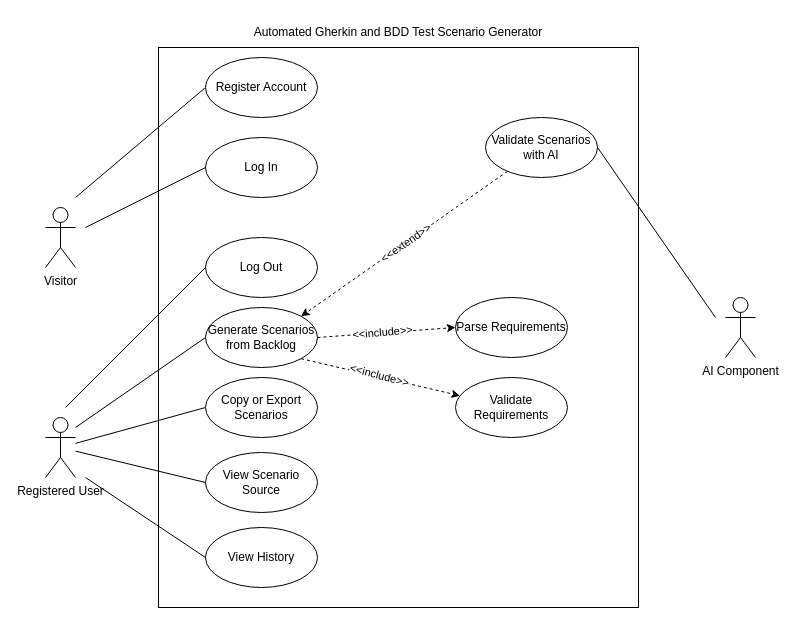
This is Diyagramlar/Use Case Diagram/Use Case Diagram.drawio from umutakkman/introduction-to-ooad-docs, a draw.io file, before an edit. Source tidied: cells renumbered, new cells numbered last; positions are measured from the earlier drawing's top-left corner, leaving out a move shared by most shapes. Both pictures are drawn from the tidied source at 100%, with x=0, y=0 at pixel (45, 17).
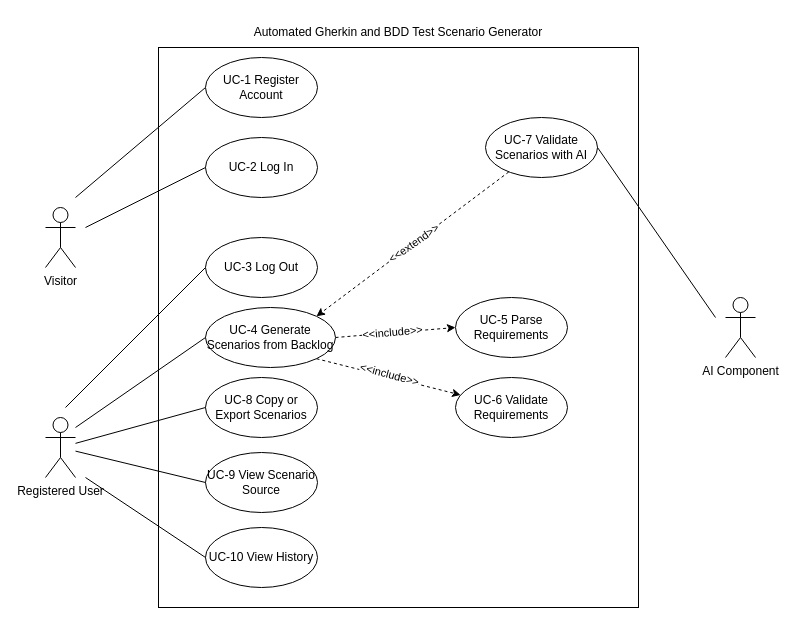
The same diagram, later.

Unchanged cells that the change refers to:
```xml
<mxCell id="6" value="Registered User" style="shape=umlActor;verticalLabelPosition=bottom;verticalAlign=top;html=1;outlineConnect=0;labelPerimeter=1;" parent="1" vertex="1">
  <mxGeometry y="400" width="30" height="60" as="geometry" />
</mxCell>
```

Diff of the diagram source:
```diff
@@
-    <mxCell id="4" style="rounded=0;jettySize=auto;html=1;entryX=0;entryY=0.5;entryDx=0;entryDy=0;defaultLabelBackgroundColor=page;strokeColor=default;endArrow=none;endFill=0;" parent="1" edge="1" target="8">
-      <mxGeometry relative="1" as="geometry">
-        <mxPoint x="30" y="180" as="sourcePoint" />
-      </mxGeometry>
-    </mxCell>
+    <mxCell id="31" style="rounded=0;jettySize=auto;html=1;entryX=0;entryY=0.5;entryDx=0;entryDy=0;defaultLabelBackgroundColor=page;strokeColor=default;endArrow=none;endFill=0;" parent="1" edge="1" target="32">
+      <mxGeometry relative="1" as="geometry">
+        <mxPoint x="30" y="180" as="sourcePoint" />
+      </mxGeometry>
+    </mxCell>
@@
-    <mxCell id="8" value="Register Account" style="ellipse;whiteSpace=wrap;html=1;shapeInside=1;" parent="1" vertex="1">
-      <mxGeometry x="160" y="40" width="112" height="60" as="geometry" />
-    </mxCell>
-    <mxCell id="9" value="Log In" style="ellipse;whiteSpace=wrap;html=1;shapeInside=1;" parent="1" vertex="1">
-      <mxGeometry x="160" y="120" width="112" height="60" as="geometry" />
-    </mxCell>
-    <mxCell id="10" style="rounded=0;jettySize=auto;html=1;entryX=0;entryY=0.5;entryDx=0;entryDy=0;defaultLabelBackgroundColor=page;strokeColor=default;endArrow=none;endFill=0;" parent="1" edge="1" target="9">
-      <mxGeometry relative="1" as="geometry">
-        <mxPoint x="40" y="210" as="sourcePoint" />
-      </mxGeometry>
-    </mxCell>
-    <mxCell id="11" value="Log Out" style="ellipse;whiteSpace=wrap;html=1;shapeInside=1;" parent="1" vertex="1">
-      <mxGeometry x="160" y="220" width="112" height="60" as="geometry" />
-    </mxCell>
-    <mxCell id="12" style="rounded=0;jettySize=auto;html=1;exitX=1;exitY=0.5;exitDx=0;exitDy=0;entryX=0;entryY=0.5;entryDx=0;entryDy=0;defaultLabelBackgroundColor=page;dashed=1;" parent="1" edge="1" source="14" target="17">
-      <mxGeometry relative="1" as="geometry" />
-    </mxCell>
+    <mxCell id="32" value="UC-1 Register Account" style="ellipse;whiteSpace=wrap;html=1;shapeInside=1;" parent="1" vertex="1">
+      <mxGeometry x="160" y="40" width="112" height="60" as="geometry" />
+    </mxCell>
+    <mxCell id="33" value="UC-2 Log In" style="ellipse;whiteSpace=wrap;html=1;shapeInside=1;" parent="1" vertex="1">
+      <mxGeometry x="160" y="120" width="112" height="60" as="geometry" />
+    </mxCell>
+    <mxCell id="34" style="rounded=0;jettySize=auto;html=1;entryX=0;entryY=0.5;entryDx=0;entryDy=0;defaultLabelBackgroundColor=page;strokeColor=default;endArrow=none;endFill=0;" parent="1" edge="1" target="33">
+      <mxGeometry relative="1" as="geometry">
+        <mxPoint x="40" y="210" as="sourcePoint" />
+      </mxGeometry>
+    </mxCell>
+    <mxCell id="35" value="UC-3 Log Out" style="ellipse;whiteSpace=wrap;html=1;shapeInside=1;" parent="1" vertex="1">
+      <mxGeometry x="160" y="220" width="112" height="60" as="geometry" />
+    </mxCell>
+    <mxCell id="36" style="rounded=0;jettySize=auto;html=1;exitX=1;exitY=0.5;exitDx=0;exitDy=0;entryX=0;entryY=0.5;entryDx=0;entryDy=0;defaultLabelBackgroundColor=page;dashed=1;" parent="1" edge="1" source="37" target="40">
+      <mxGeometry relative="1" as="geometry" />
+    </mxCell>
-    <mxCell id="13" value="&amp;lt;&amp;lt;include&amp;gt;&amp;gt;" style="edgeLabel;html=1;align=center;verticalAlign=middle;inheritText=1;defaultLabelBackgroundColor=page;rotation=-5;" parent="12" vertex="1">
+    <mxCell id="13" value="&amp;lt;&amp;lt;include&amp;gt;&amp;gt;" style="edgeLabel;html=1;align=center;verticalAlign=middle;inheritText=1;defaultLabelBackgroundColor=page;rotation=-5;" parent="36" vertex="1">
       <mxGeometry x="-0.07" y="-3" relative="1" as="geometry">
         <mxPoint y="-4" as="offset" />
       </mxGeometry>
     </mxCell>
-    <mxCell id="14" value="Generate Scenarios from Backlog" style="ellipse;whiteSpace=wrap;html=1;shapeInside=1;" parent="1" vertex="1">
-      <mxGeometry x="160" y="290" width="112" height="60" as="geometry" />
-    </mxCell>
-    <mxCell id="15" style="rounded=0;jettySize=auto;html=1;entryX=0;entryY=0.5;entryDx=0;entryDy=0;defaultLabelBackgroundColor=page;strokeColor=default;endArrow=none;endFill=0;" parent="1" edge="1" target="11">
-      <mxGeometry relative="1" as="geometry">
-        <mxPoint x="20" y="390" as="sourcePoint" />
-      </mxGeometry>
-    </mxCell>
-    <mxCell id="16" style="rounded=0;jettySize=auto;html=1;entryX=0;entryY=0.5;entryDx=0;entryDy=0;defaultLabelBackgroundColor=page;strokeColor=default;endArrow=none;endFill=0;" parent="1" edge="1" target="14">
-      <mxGeometry relative="1" as="geometry">
-        <mxPoint x="30" y="410" as="sourcePoint" />
-      </mxGeometry>
-    </mxCell>
-    <mxCell id="17" value="Parse Requirements" style="ellipse;whiteSpace=wrap;html=1;shapeInside=1;" parent="1" vertex="1">
-      <mxGeometry x="410" y="280" width="112" height="60" as="geometry" />
-    </mxCell>
-    <mxCell id="18" value="Validate Requirements" style="ellipse;whiteSpace=wrap;html=1;shapeInside=1;" parent="1" vertex="1">
-      <mxGeometry x="410" y="360" width="112" height="60" as="geometry" />
-    </mxCell>
-    <mxCell id="19" value="Copy or Export Scenarios" style="ellipse;whiteSpace=wrap;html=1;shapeInside=1;" parent="1" vertex="1">
-      <mxGeometry x="160" y="360" width="112" height="60" as="geometry" />
-    </mxCell>
-    <mxCell id="20" style="rounded=0;jettySize=auto;html=1;entryX=0;entryY=0.5;entryDx=0;entryDy=0;defaultLabelBackgroundColor=page;strokeColor=default;endArrow=none;endFill=0;" parent="1" edge="1" source="6" target="19">
-      <mxGeometry relative="1" as="geometry" />
-    </mxCell>
-    <mxCell id="21" value="View Scenario Source" style="ellipse;whiteSpace=wrap;html=1;shapeInside=1;" parent="1" vertex="1">
-      <mxGeometry x="160" y="435" width="112" height="60" as="geometry" />
-    </mxCell>
-    <mxCell id="22" value="View History" style="ellipse;whiteSpace=wrap;html=1;shapeInside=1;" parent="1" vertex="1">
-      <mxGeometry x="160" y="510" width="112" height="60" as="geometry" />
-    </mxCell>
-    <mxCell id="23" style="rounded=0;jettySize=auto;html=1;entryX=1;entryY=0;entryDx=0;entryDy=0;defaultLabelBackgroundColor=page;dashed=1;" parent="1" edge="1" source="25" target="14">
-      <mxGeometry relative="1" as="geometry" />
-    </mxCell>
+    <mxCell id="37" value="UC-4 Generate Scenarios from Backlog" style="ellipse;whiteSpace=wrap;html=1;shapeInside=1;" parent="1" vertex="1">
+      <mxGeometry x="160" y="290" width="130" height="60" as="geometry" />
+    </mxCell>
+    <mxCell id="38" style="rounded=0;jettySize=auto;html=1;entryX=0;entryY=0.5;entryDx=0;entryDy=0;defaultLabelBackgroundColor=page;strokeColor=default;endArrow=none;endFill=0;" parent="1" edge="1" target="35">
+      <mxGeometry relative="1" as="geometry">
+        <mxPoint x="20" y="390" as="sourcePoint" />
+      </mxGeometry>
+    </mxCell>
+    <mxCell id="39" style="rounded=0;jettySize=auto;html=1;entryX=0;entryY=0.5;entryDx=0;entryDy=0;defaultLabelBackgroundColor=page;strokeColor=default;endArrow=none;endFill=0;" parent="1" edge="1" target="37">
+      <mxGeometry relative="1" as="geometry">
+        <mxPoint x="30" y="410" as="sourcePoint" />
+      </mxGeometry>
+    </mxCell>
+    <mxCell id="40" value="UC-5 Parse Requirements" style="ellipse;whiteSpace=wrap;html=1;shapeInside=1;" parent="1" vertex="1">
+      <mxGeometry x="410" y="280" width="112" height="60" as="geometry" />
+    </mxCell>
+    <mxCell id="41" value="UC-6 Validate Requirements" style="ellipse;whiteSpace=wrap;html=1;shapeInside=1;" parent="1" vertex="1">
+      <mxGeometry x="410" y="360" width="112" height="60" as="geometry" />
+    </mxCell>
+    <mxCell id="42" value="UC-8 Copy or Export Scenarios" style="ellipse;whiteSpace=wrap;html=1;shapeInside=1;" parent="1" vertex="1">
+      <mxGeometry x="160" y="360" width="112" height="60" as="geometry" />
+    </mxCell>
+    <mxCell id="43" style="rounded=0;jettySize=auto;html=1;entryX=0;entryY=0.5;entryDx=0;entryDy=0;defaultLabelBackgroundColor=page;strokeColor=default;endArrow=none;endFill=0;" parent="1" edge="1" source="6" target="42">
+      <mxGeometry relative="1" as="geometry" />
+    </mxCell>
+    <mxCell id="44" value="UC-9 View Scenario Source" style="ellipse;whiteSpace=wrap;html=1;shapeInside=1;" parent="1" vertex="1">
+      <mxGeometry x="160" y="435" width="112" height="60" as="geometry" />
+    </mxCell>
+    <mxCell id="45" value="UC-10 View History" style="ellipse;whiteSpace=wrap;html=1;shapeInside=1;" parent="1" vertex="1">
+      <mxGeometry x="160" y="510" width="112" height="60" as="geometry" />
+    </mxCell>
+    <mxCell id="46" style="rounded=0;jettySize=auto;html=1;entryX=1;entryY=0;entryDx=0;entryDy=0;defaultLabelBackgroundColor=page;dashed=1;" parent="1" edge="1" source="47" target="37">
+      <mxGeometry relative="1" as="geometry" />
+    </mxCell>
-    <mxCell id="24" value="&amp;lt;&amp;lt;extend&amp;gt;&amp;gt;" style="edgeLabel;html=1;align=center;verticalAlign=middle;inheritText=1;defaultLabelBackgroundColor=page;rotation=-35;" parent="23" vertex="1">
+    <mxCell id="24" value="&amp;lt;&amp;lt;extend&amp;gt;&amp;gt;" style="edgeLabel;html=1;align=center;verticalAlign=middle;inheritText=1;defaultLabelBackgroundColor=page;rotation=-35;" parent="46" vertex="1">
       <mxGeometry y="-1" relative="1" as="geometry">
         <mxPoint x="1" as="offset" />
       </mxGeometry>
     </mxCell>
-    <mxCell id="25" value="Validate Scenarios with AI" style="ellipse;whiteSpace=wrap;html=1;shapeInside=1;" parent="1" vertex="1">
-      <mxGeometry x="440" y="100" width="112" height="60" as="geometry" />
-    </mxCell>
-    <mxCell id="26" style="rounded=0;jettySize=auto;html=1;entryX=1;entryY=0.5;entryDx=0;entryDy=0;defaultLabelBackgroundColor=page;strokeColor=default;endArrow=none;endFill=0;" parent="1" edge="1" target="25">
-      <mxGeometry relative="1" as="geometry">
-        <mxPoint x="670" y="300" as="sourcePoint" />
-      </mxGeometry>
-    </mxCell>
-    <mxCell id="27" style="rounded=0;jettySize=auto;html=1;exitX=1;exitY=1;exitDx=0;exitDy=0;defaultLabelBackgroundColor=page;dashed=1;" parent="1" edge="1" source="14" target="18">
-      <mxGeometry relative="1" as="geometry" />
-    </mxCell>
+    <mxCell id="47" value="UC-7 Validate Scenarios with AI" style="ellipse;whiteSpace=wrap;html=1;shapeInside=1;" parent="1" vertex="1">
+      <mxGeometry x="440" y="100" width="112" height="60" as="geometry" />
+    </mxCell>
+    <mxCell id="48" style="rounded=0;jettySize=auto;html=1;entryX=1;entryY=0.5;entryDx=0;entryDy=0;defaultLabelBackgroundColor=page;strokeColor=default;endArrow=none;endFill=0;" parent="1" edge="1" target="47">
+      <mxGeometry relative="1" as="geometry">
+        <mxPoint x="670" y="300" as="sourcePoint" />
+      </mxGeometry>
+    </mxCell>
+    <mxCell id="49" style="rounded=0;jettySize=auto;html=1;exitX=1;exitY=1;exitDx=0;exitDy=0;defaultLabelBackgroundColor=page;dashed=1;" parent="1" edge="1" source="37" target="41">
+      <mxGeometry relative="1" as="geometry" />
+    </mxCell>
-    <mxCell id="28" value="&amp;lt;&amp;lt;include&amp;gt;&amp;gt;" style="edgeLabel;html=1;align=center;verticalAlign=middle;inheritText=1;defaultLabelBackgroundColor=page;rotation=15;" parent="27" vertex="1">
+    <mxCell id="28" value="&amp;lt;&amp;lt;include&amp;gt;&amp;gt;" style="edgeLabel;html=1;align=center;verticalAlign=middle;inheritText=1;defaultLabelBackgroundColor=page;rotation=15;" parent="49" vertex="1">
       <mxGeometry x="-0.14" y="1" relative="1" as="geometry">
         <mxPoint x="10" y="1" as="offset" />
       </mxGeometry>
     </mxCell>
-    <mxCell id="29" style="rounded=0;jettySize=auto;html=1;entryX=0;entryY=0.5;entryDx=0;entryDy=0;defaultLabelBackgroundColor=page;strokeColor=default;endArrow=none;endFill=0;" parent="1" edge="1" source="6" target="21">
-      <mxGeometry relative="1" as="geometry" />
-    </mxCell>
-    <mxCell id="30" style="rounded=0;jettySize=auto;html=1;entryX=0;entryY=0.5;entryDx=0;entryDy=0;defaultLabelBackgroundColor=page;strokeColor=default;endArrow=none;endFill=0;" parent="1" edge="1" target="22">
-      <mxGeometry relative="1" as="geometry">
-        <mxPoint x="40" y="460" as="sourcePoint" />
-      </mxGeometry>
-    </mxCell>
+    <mxCell id="50" style="rounded=0;jettySize=auto;html=1;entryX=0;entryY=0.5;entryDx=0;entryDy=0;defaultLabelBackgroundColor=page;strokeColor=default;endArrow=none;endFill=0;" parent="1" edge="1" source="6" target="44">
+      <mxGeometry relative="1" as="geometry" />
+    </mxCell>
+    <mxCell id="51" style="rounded=0;jettySize=auto;html=1;entryX=0;entryY=0.5;entryDx=0;entryDy=0;defaultLabelBackgroundColor=page;strokeColor=default;endArrow=none;endFill=0;" parent="1" edge="1" target="45">
+      <mxGeometry relative="1" as="geometry">
+        <mxPoint x="40" y="460" as="sourcePoint" />
+      </mxGeometry>
+    </mxCell>
```
